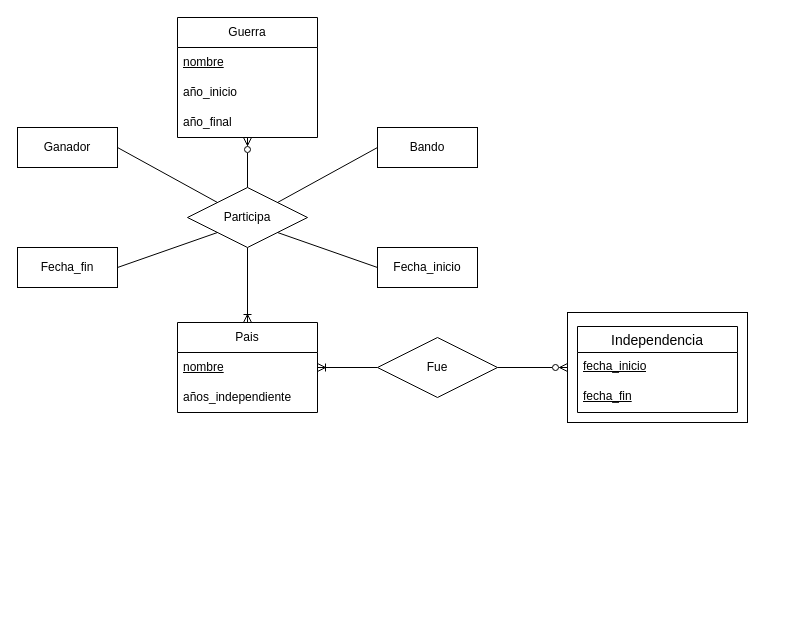
Earlier version of the draw.io diagram page "Página-1" (1 of 2) of TA12Ej4.drawio (AlejandroCara/acr-tsys-modeloER-drawio-1110). Source tidied: cells renumbered, new cells numbered last; positions are measured from the earlier drawing's top-left corner, leaving out a move shared by most shapes. Both pictures are drawn from the tidied source at 100%, with x=0, y=0 at pixel (17, 17).
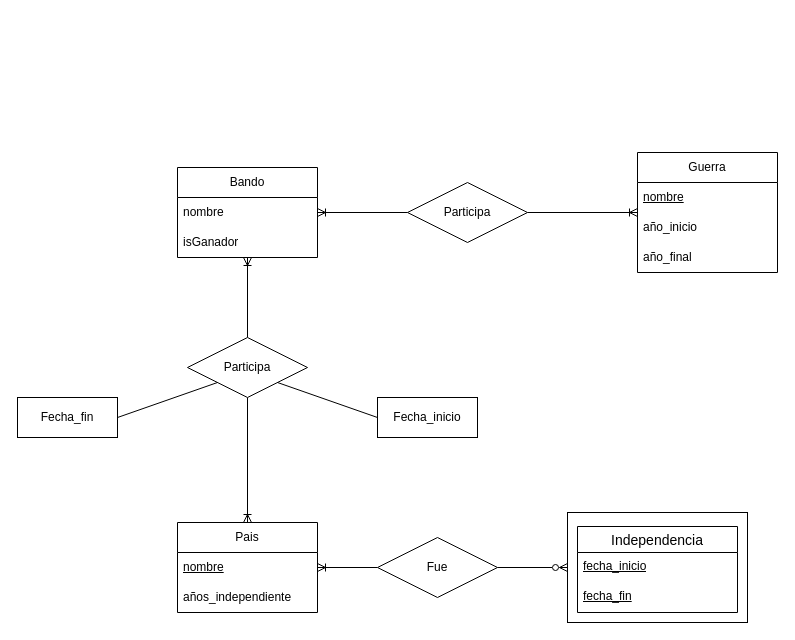
After the change.

Commit message:
añadido bando

Change to the diagram source:
```diff
@@
     <mxCell id="2" value="Guerra" style="swimlane;fontStyle=0;horizontal=1;startSize=30;whiteSpace=wrap;html=1;" parent="1" vertex="1">
-      <mxGeometry x="160" width="140" height="120" as="geometry" />
+      <mxGeometry x="620" y="135" width="140" height="120" as="geometry" />
     </mxCell>
@@
     <mxCell id="6" value="Pais" style="swimlane;fontStyle=0;horizontal=1;startSize=30;whiteSpace=wrap;html=1;" parent="1" vertex="1">
-      <mxGeometry x="160" y="305" width="140" height="90" as="geometry" />
+      <mxGeometry x="160" y="505" width="140" height="90" as="geometry" />
     </mxCell>
@@
     <mxCell id="9" style="whiteSpace=wrap;html=1;align=center;" parent="1" vertex="1">
-      <mxGeometry x="550" y="295" width="180" height="110" as="geometry" />
+      <mxGeometry x="550" y="495" width="180" height="110" as="geometry" />
     </mxCell>
     <mxCell id="10" value="Independencia" style="swimlane;fontStyle=0;horizontal=1;startSize=26;align=center;fontSize=14;" parent="1" vertex="1">
-      <mxGeometry x="560" y="309" width="160" height="86" as="geometry" />
+      <mxGeometry x="560" y="509" width="160" height="86" as="geometry" />
     </mxCell>
@@
-    <mxCell id="14" style="edgeStyle=orthogonalEdgeStyle;rounded=0;jettySize=auto;html=1;endArrow=ERzeroToMany;endFill=0;" parent="1" edge="1" source="15" target="2">
-      <mxGeometry relative="1" as="geometry" />
-    </mxCell>
+    <mxCell id="26" style="edgeStyle=orthogonalEdgeStyle;rounded=0;jettySize=auto;html=1;endArrow=ERoneToMany;endFill=0;" parent="1" edge="1" source="15" target="25">
+      <mxGeometry relative="1" as="geometry" />
+    </mxCell>
     <mxCell id="15" value="Participa" style="shape=rhombus;perimeter=rhombusPerimeter;whiteSpace=wrap;html=1;align=center;" parent="1" vertex="1">
-      <mxGeometry x="170" y="170" width="120" height="60" as="geometry" />
+      <mxGeometry x="170" y="320" width="120" height="60" as="geometry" />
     </mxCell>
@@
     <mxCell id="18" value="Fue" style="shape=rhombus;perimeter=rhombusPerimeter;whiteSpace=wrap;html=1;align=center;" parent="1" vertex="1">
-      <mxGeometry x="360" y="320" width="120" height="60" as="geometry" />
+      <mxGeometry x="360" y="520" width="120" height="60" as="geometry" />
     </mxCell>
     <mxCell id="19" value="Fecha_inicio" style="whiteSpace=wrap;html=1;align=center;" parent="1" vertex="1">
-      <mxGeometry x="360" y="230" width="100" height="40" as="geometry" />
+      <mxGeometry x="360" y="380" width="100" height="40" as="geometry" />
     </mxCell>
     <mxCell id="20" value="Fecha_fin" style="whiteSpace=wrap;html=1;align=center;" parent="1" vertex="1">
-      <mxGeometry y="230" width="100" height="40" as="geometry" />
+      <mxGeometry y="380" width="100" height="40" as="geometry" />
     </mxCell>
@@
-    <mxCell id="23" value="Ganador" style="whiteSpace=wrap;html=1;align=center;" parent="1" vertex="1">
-      <mxGeometry y="110" width="100" height="40" as="geometry" />
-    </mxCell>
-    <mxCell id="24" style="endArrow=none;html=1;rounded=0;entryX=1;entryY=0.5;entryDx=0;entryDy=0;exitX=0;exitY=0;exitDx=0;exitDy=0;" parent="1" edge="1" source="15" target="23">
-      <mxGeometry relative="1" as="geometry" />
-    </mxCell>
-    <mxCell id="25" value="Bando" style="whiteSpace=wrap;html=1;align=center;" parent="1" vertex="1">
-      <mxGeometry x="360" y="110" width="100" height="40" as="geometry" />
+    <mxCell id="25" value="Bando" style="swimlane;fontStyle=0;horizontal=1;startSize=30;whiteSpace=wrap;html=1;" parent="1" vertex="1">
+      <mxGeometry x="160" y="150" width="140" height="90" as="geometry" />
     </mxCell>
-    <mxCell id="26" style="endArrow=none;html=1;rounded=0;entryX=0;entryY=0.5;entryDx=0;entryDy=0;exitX=1;exitY=0;exitDx=0;exitDy=0;" parent="1" edge="1" source="15" target="25">
-      <mxGeometry relative="1" as="geometry" />
-    </mxCell>
+    <mxCell id="27" value="nombre" style="text;strokeColor=none;fillColor=none;align=left;verticalAlign=middle;spacingLeft=4;spacingRight=4;overflow=hidden;whiteSpace=wrap;html=1;" parent="25" vertex="1">
+      <mxGeometry y="30" width="140" height="30" as="geometry" />
+    </mxCell>
+    <mxCell id="28" value="isGanador" style="text;strokeColor=none;fillColor=none;align=left;verticalAlign=middle;spacingLeft=4;spacingRight=4;overflow=hidden;whiteSpace=wrap;html=1;" parent="25" vertex="1">
+      <mxGeometry y="60" width="140" height="30" as="geometry" />
+    </mxCell>
+    <mxCell id="29" style="edgeStyle=orthogonalEdgeStyle;rounded=0;jettySize=auto;html=1;endArrow=ERoneToMany;endFill=0;" parent="1" edge="1" source="31" target="25">
+      <mxGeometry relative="1" as="geometry" />
+    </mxCell>
+    <mxCell id="30" style="edgeStyle=orthogonalEdgeStyle;rounded=0;jettySize=auto;html=1;endArrow=ERoneToMany;endFill=0;" parent="1" edge="1" source="31" target="2">
+      <mxGeometry relative="1" as="geometry" />
+    </mxCell>
+    <mxCell id="31" value="Participa" style="shape=rhombus;perimeter=rhombusPerimeter;whiteSpace=wrap;html=1;align=center;" parent="1" vertex="1">
+      <mxGeometry x="390" y="165" width="120" height="60" as="geometry" />
+    </mxCell>
```
